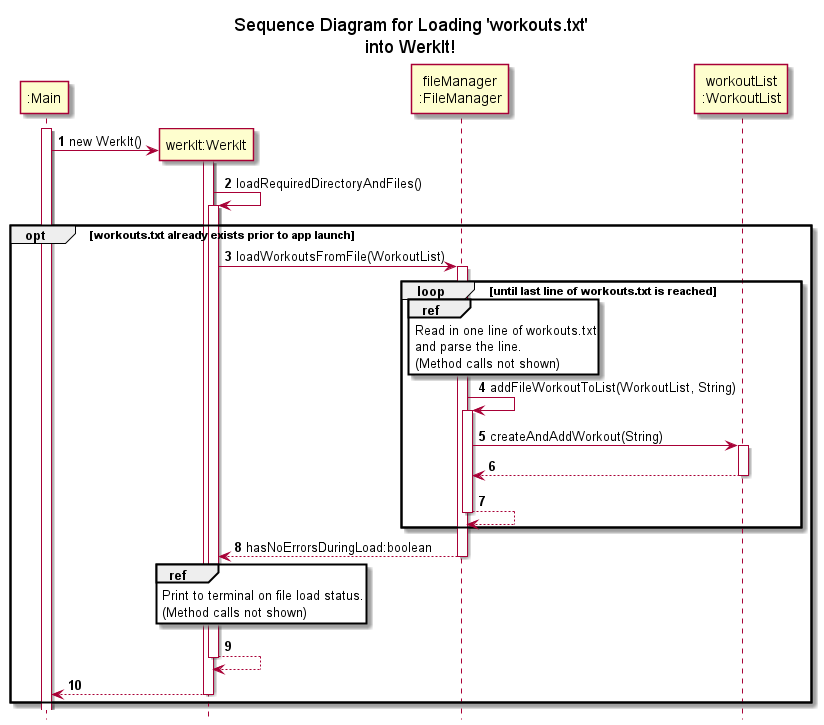
Before: docs/uml/sequenceDiagrams/storage/images/loadWorkoutsTxt.png, a diagram exported from PlantUML (nus-cs2113-AY2122S2/tp). Its diagram source:
```plantuml
@startuml
!include ../../Style.puml

title Sequence Diagram for Loading 'workouts.txt'\ninto WerkIt!
hide footbox

autonumber

participant ":Main" as Main
participant "werkIt:WerkIt" as WerkIt
participant "fileManager\n:FileManager" as FileManager
participant "workoutList\n:WorkoutList" as WorkoutList

activate Main
create WerkIt
Main -> WerkIt : new WerkIt()
activate WerkIt
WerkIt -> WerkIt : loadRequiredDirectoryAndFiles()
activate WerkIt

opt workouts.txt already exists prior to app launch
WerkIt -> FileManager : loadWorkoutsFromFile(WorkoutList)
activate FileManager

loop until last line of workouts.txt is reached
ref over FileManager
Read in one line of workouts.txt
and parse the line.
(Method calls not shown)
end

FileManager -> FileManager : addFileWorkoutToList(WorkoutList, String)
activate FileManager
FileManager -> WorkoutList : createAndAddWorkout(String)
activate WorkoutList
return
return
end
return hasNoErrorsDuringLoad:boolean

ref over WerkIt
Print to terminal on file load status.
(Method calls not shown)
end

return
return

end

@enduml
```
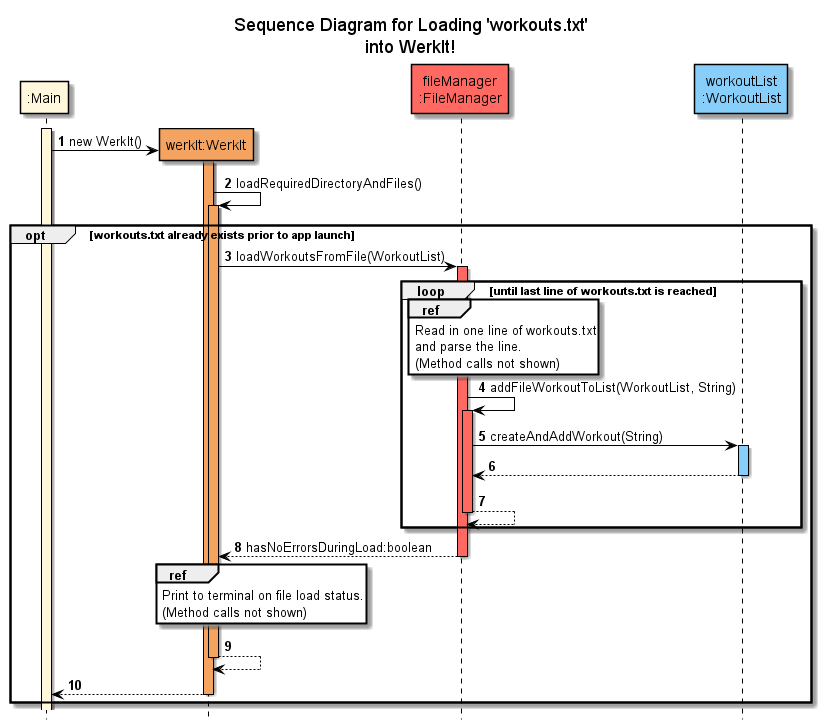
Above is the later version.

Change to the diagram source:
```diff
@@ -6,21 +6,21 @@
 
 autonumber
 
-participant ":Main" as Main
-participant "werkIt:WerkIt" as WerkIt
-participant "fileManager\n:FileManager" as FileManager
-participant "workoutList\n:WorkoutList" as WorkoutList
+participant ":Main" as Main COLOR_MAIN
+participant "werkIt:WerkIt" as WerkIt COLOR_WERKIT
+participant "fileManager\n:FileManager" as FileManager COLOR_STORAGE
+participant "workoutList\n:WorkoutList" as WorkoutList COLOR_LOGIC
 
-activate Main
+activate Main COLOR_MAIN
 create WerkIt
 Main -> WerkIt : new WerkIt()
-activate WerkIt
+activate WerkIt COLOR_WERKIT
 WerkIt -> WerkIt : loadRequiredDirectoryAndFiles()
-activate WerkIt
+activate WerkIt COLOR_WERKIT
 
 opt workouts.txt already exists prior to app launch
 WerkIt -> FileManager : loadWorkoutsFromFile(WorkoutList)
-activate FileManager
+activate FileManager COLOR_STORAGE
 
 loop until last line of workouts.txt is reached
 ref over FileManager
@@ -30,9 +30,9 @@
 end
 
 FileManager -> FileManager : addFileWorkoutToList(WorkoutList, String)
-activate FileManager
+activate FileManager COLOR_STORAGE
 FileManager -> WorkoutList : createAndAddWorkout(String)
-activate WorkoutList
+activate WorkoutList COLOR_LOGIC
 return
 return
 end
```
